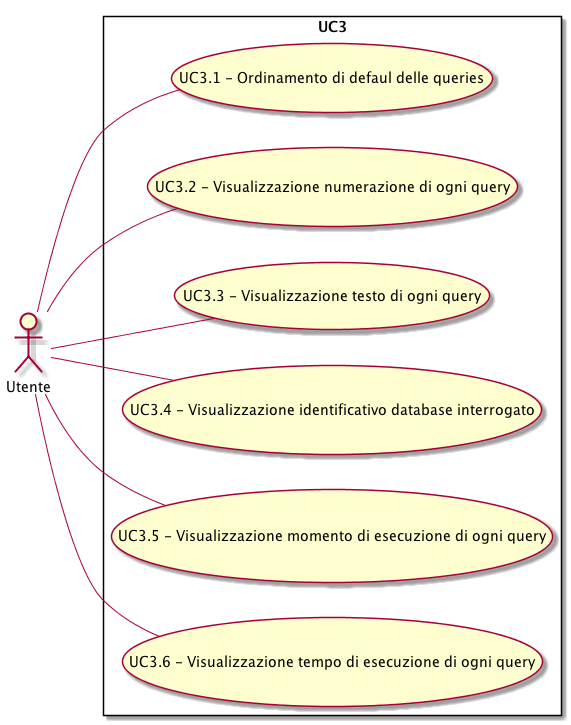
The PlantUML diagram Docs/RP/AnalisiDeiRequisiti/UC/UC3.png in joemerlino/SWEefty, before a commit. Source of this version:
```plantuml
@startuml
left to right direction
skinparam packageStyle rectangle
actor Utente
rectangle UC3 {
Utente -- (UC3.1 - Ordinamento di defaul delle queries)
Utente -- (UC3.2 - Visualizzazione numerazione di ogni query)
Utente -- (UC3.3 - Visualizzazione testo di ogni query)
Utente -- (UC3.4 - Visualizzazione identificativo database interrogato)
Utente -- (UC3.5 - Visualizzazione momento di esecuzione di ogni query)
Utente -- (UC3.6 - Visualizzazione tempo di esecuzione di ogni query)
}
@enduml
```
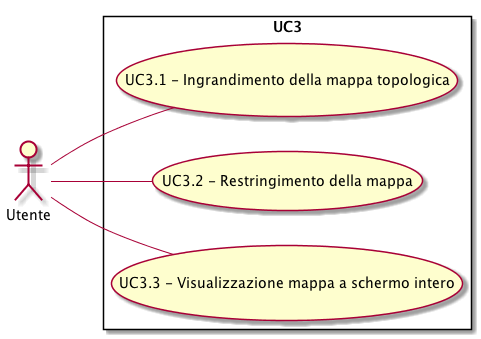
Later version of the same file.

What changed in the source:
```diff
@@ -3,11 +3,8 @@
 skinparam packageStyle rectangle
 actor Utente
 rectangle UC3 {
-Utente -- (UC3.1 - Ordinamento di defaul delle queries)
-Utente -- (UC3.2 - Visualizzazione numerazione di ogni query)
-Utente -- (UC3.3 - Visualizzazione testo di ogni query)
-Utente -- (UC3.4 - Visualizzazione identificativo database interrogato)
-Utente -- (UC3.5 - Visualizzazione momento di esecuzione di ogni query)
-Utente -- (UC3.6 - Visualizzazione tempo di esecuzione di ogni query)
+Utente -- (UC3.1 - Ingrandimento della mappa topologica)
+Utente -- (UC3.2 - Restringimento della mappa)
+Utente -- (UC3.3 - Visualizzazione mappa a schermo intero)
 }
 @enduml
```
